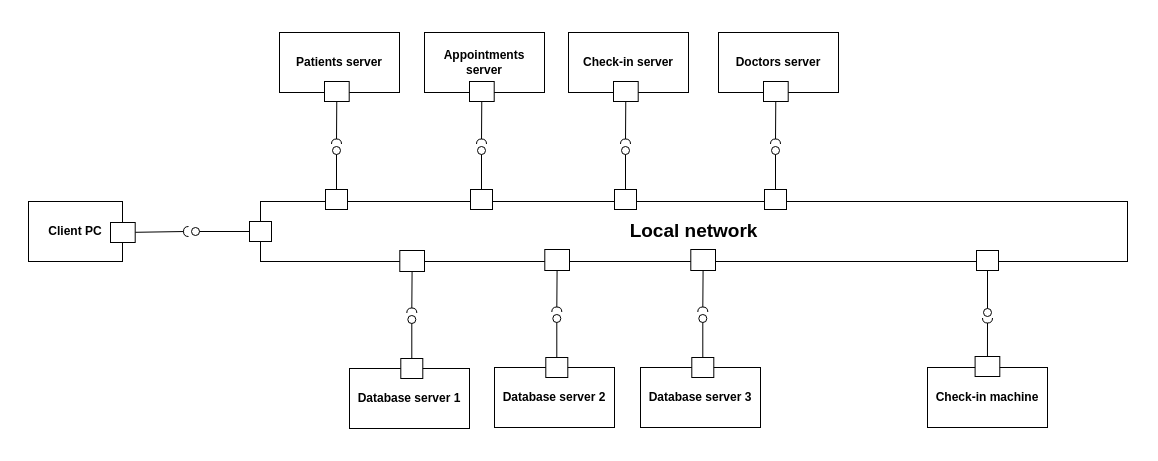
Before: Diagrams/Deployment/IBD Deployment.drawio in RafaelCMira/myclinic-msp-project, a draw.io diagram. Source tidied: cells renumbered, new cells numbered last; positions are measured from the earlier drawing's top-left corner, leaving out a move shared by most shapes. Both pictures are drawn from the tidied source at 100%, with x=0, y=0 at pixel (28, 32).
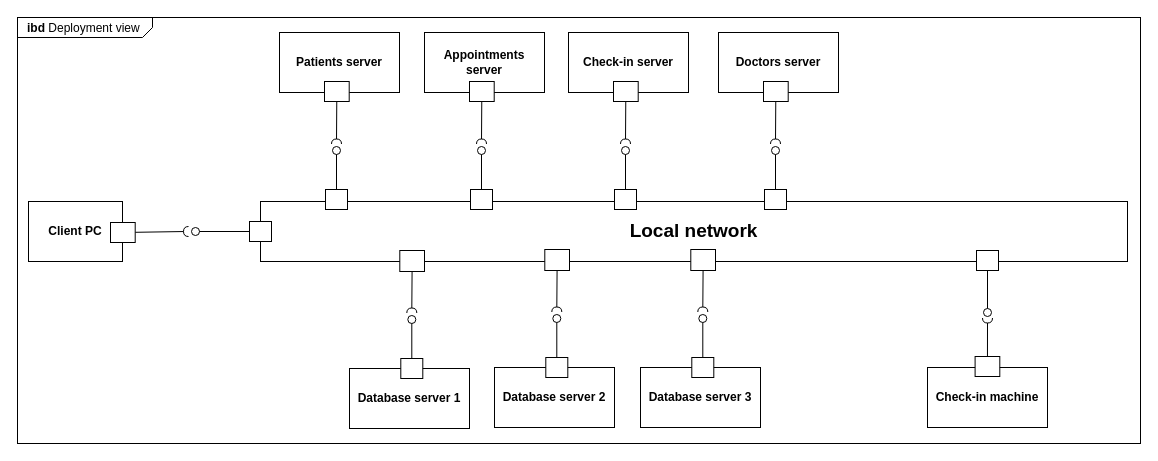
The same page after the edit.

Diff of the diagram source:
```diff
@@
+    <mxCell id="75" value="&lt;p style=&quot;margin:0px;margin-top:4px;margin-left:10px;text-align:left;&quot;&gt;&lt;b&gt;ibd&amp;nbsp;&lt;/b&gt;Deployment view&lt;/p&gt;" style="html=1;shape=mxgraph.sysml.package;labelX=135.67;align=left;spacingLeft=10;html=1;overflow=fill;whiteSpace=wrap;" parent="1" vertex="1">
+      <mxGeometry x="-11" y="-15" width="1123" height="426" as="geometry" />
+    </mxCell>
```
